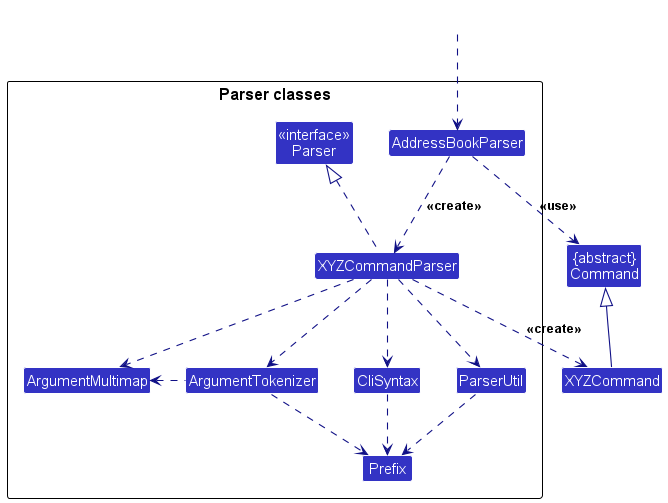
The PlantUML diagram docs/images/ParserClasses.png in nus-cs2103-AY2324S2/tp, before a commit.
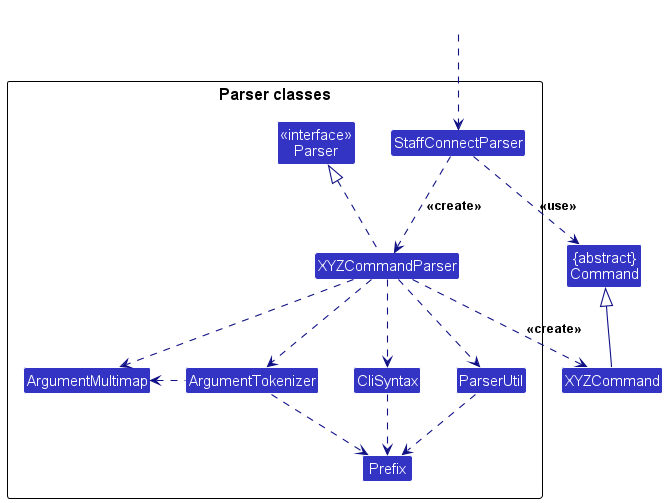
The same diagram one commit later.

Change to the diagram source:
```diff
@@ -9,7 +9,7 @@
 
 package "Parser classes"{
 Class "<<interface>>\nParser" as Parser
-Class AddressBookParser
+Class StaffConnectParser
 Class XYZCommandParser
 Class CliSyntax
 Class ParserUtil
@@ -19,12 +19,12 @@
 }
 
 Class HiddenOutside #FFFFFF
-HiddenOutside ..> AddressBookParser
+HiddenOutside ..> StaffConnectParser
 
-AddressBookParser .down.> XYZCommandParser: <<create>>
+StaffConnectParser .down.> XYZCommandParser: <<create>>
 
 XYZCommandParser ..> XYZCommand : <<create>>
-AddressBookParser ..> Command : <<use>>
+StaffConnectParser ..> Command : <<use>>
 XYZCommandParser .up.|> Parser
 XYZCommandParser ..> ArgumentMultimap
 XYZCommandParser ..> ArgumentTokenizer
```
